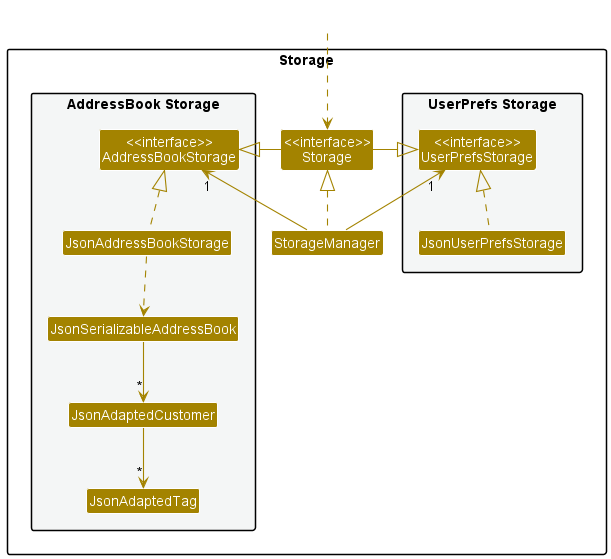
This is docs/images/StorageClassDiagram.png from nus-cs2103-AY2223S1/tp, a PlantUML export, as it was before one commit.
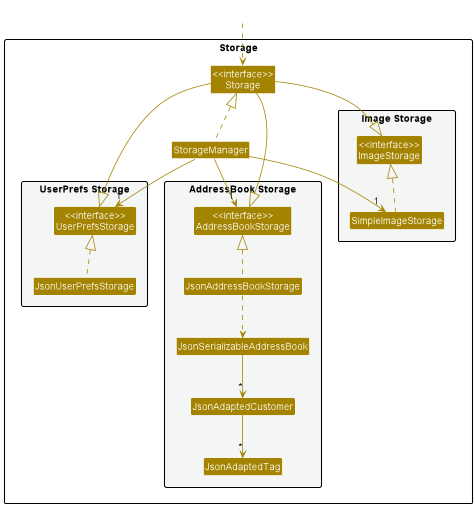
The same file after the commit.

Commit message:
Update DG with `ImageStorage` and `ImagePath` changes

What changed in the source:
```diff
@@ -21,18 +21,25 @@
 Class JsonAdaptedCustomer
 Class JsonAdaptedTag
 }
-
+package "Image Storage" #F4F6F6{
+Class "<<interface>>\nImageStorage" as ImageStorage
+Class SimpleImageStorage
+}
 }
 
 Class HiddenOutside #FFFFFF
 HiddenOutside ..> Storage
 
 StorageManager .up.|> Storage
-StorageManager -up-> "1" UserPrefsStorage
-StorageManager -up-> "1" AddressBookStorage
+StorageManager -down-> "1" UserPrefsStorage
+StorageManager -down-> "1" AddressBookStorage
+StorageManager -down-> "1" SimpleImageStorage
 
-Storage -left-|> UserPrefsStorage
-Storage -right-|> AddressBookStorage
+Storage -down-|> UserPrefsStorage
+Storage -down-|> AddressBookStorage
+Storage -down-|> ImageStorage
+
+SimpleImageStorage .up.|> ImageStorage
 
 JsonUserPrefsStorage .up.|> UserPrefsStorage
 JsonAddressBookStorage .up.|> AddressBookStorage
```
